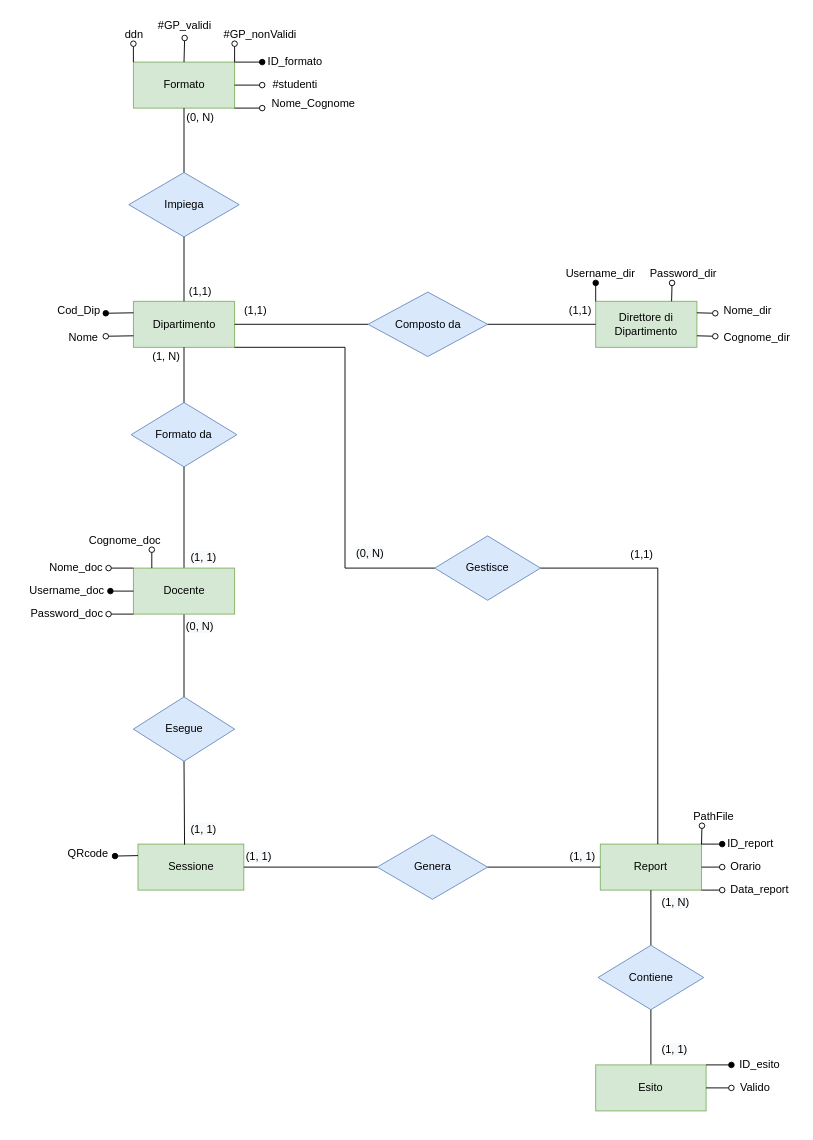
Earlier version of the draw.io diagram Database/database.drawio (Alberto-00/EasyPass). Source tidied: cells renumbered, new cells numbered last; positions are measured from the earlier drawing's top-left corner, leaving out a move shared by most shapes. Both pictures are drawn from the tidied source at 92%, with x=0, y=0 at pixel (20, 16).
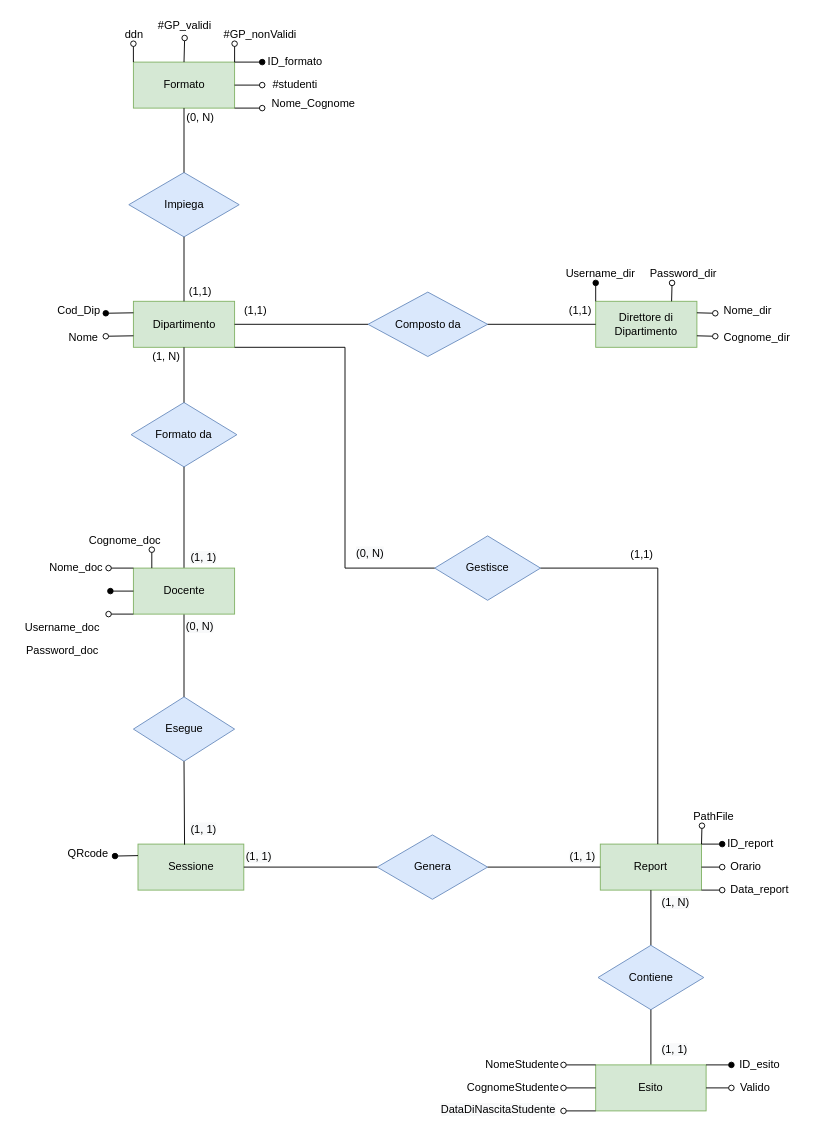
The same page after the edit.

Unchanged cells that the change refers to:
```xml
<mxCell id="20" value="Esito" style="rounded=0;whiteSpace=wrap;html=1;fillColor=#d5e8d4;strokeColor=#82b366;" parent="1" vertex="1">
  <mxGeometry x="625" y="1140" width="120" height="50" as="geometry" />
</mxCell>
```

The edit, as a diff of the source:
```diff
@@
     <mxCell id="65" value="Username_doc" style="text;html=1;align=center;verticalAlign=middle;strokeColor=none;fillColor=none;fontColor=#000000;" parent="1" vertex="1">
-      <mxGeometry y="615" width="100" height="20" as="geometry" />
+      <mxGeometry x="-5" y="655" width="100" height="20" as="geometry" />
     </mxCell>
@@
     <mxCell id="69" value="Password_doc" style="text;html=1;align=center;verticalAlign=middle;strokeColor=none;fillColor=none;fontColor=#000000;" parent="1" vertex="1">
-      <mxGeometry x="5" y="640" width="90" height="20" as="geometry" />
+      <mxGeometry y="680" width="90" height="20" as="geometry" />
     </mxCell>
@@
+    <mxCell id="92" value="NomeStudente" style="text;html=1;align=center;verticalAlign=middle;strokeColor=none;fillColor=none;fontColor=#000000;" parent="1" vertex="1">
+      <mxGeometry x="495" y="1130" width="100" height="20" as="geometry" />
+    </mxCell>
+    <mxCell id="93" value="CognomeStudente" style="text;html=1;align=center;verticalAlign=middle;strokeColor=none;fillColor=none;fontColor=#000000;" parent="1" vertex="1">
+      <mxGeometry x="475" y="1155" width="120" height="20" as="geometry" />
+    </mxCell>
+    <mxCell id="94" value="&lt;span style=&quot;color: rgb(0 , 0 , 0) ; font-family: &amp;#34;helvetica&amp;#34; ; font-size: 12px ; font-style: normal ; font-weight: 400 ; letter-spacing: normal ; text-align: center ; text-indent: 0px ; text-transform: none ; word-spacing: 0px ; background-color: rgb(248 , 249 , 250) ; display: inline ; float: none&quot;&gt;DataDiNascitaStudente&lt;/span&gt;" style="text;whiteSpace=wrap;html=1;fontSize=12;fontFamily=Helvetica;" parent="1" vertex="1">
+      <mxGeometry x="455" y="1175" width="110" height="30" as="geometry" />
+    </mxCell>
+    <mxCell id="95" style="endArrow=none;html=1;rounded=0;fontFamily=Helvetica;fontSize=12;entryX=0;entryY=0;entryDx=0;entryDy=0;startArrow=oval;startFill=0;" parent="1" edge="1" target="20">
+      <mxGeometry relative="1" as="geometry">
+        <mxPoint x="590" y="1140" as="sourcePoint" />
+      </mxGeometry>
+    </mxCell>
+    <mxCell id="96" style="endArrow=none;html=1;rounded=0;fontFamily=Helvetica;fontSize=12;startArrow=oval;startFill=0;entryX=0;entryY=0.5;entryDx=0;entryDy=0;" parent="1" edge="1" target="20">
+      <mxGeometry relative="1" as="geometry">
+        <mxPoint x="590" y="1165" as="sourcePoint" />
+      </mxGeometry>
+    </mxCell>
+    <mxCell id="97" style="endArrow=none;html=1;rounded=0;fontFamily=Helvetica;fontSize=12;startArrow=oval;startFill=0;entryX=0;entryY=1;entryDx=0;entryDy=0;" parent="1" edge="1" target="20">
+      <mxGeometry relative="1" as="geometry">
+        <mxPoint x="590" y="1190" as="sourcePoint" />
+      </mxGeometry>
+    </mxCell>
```
